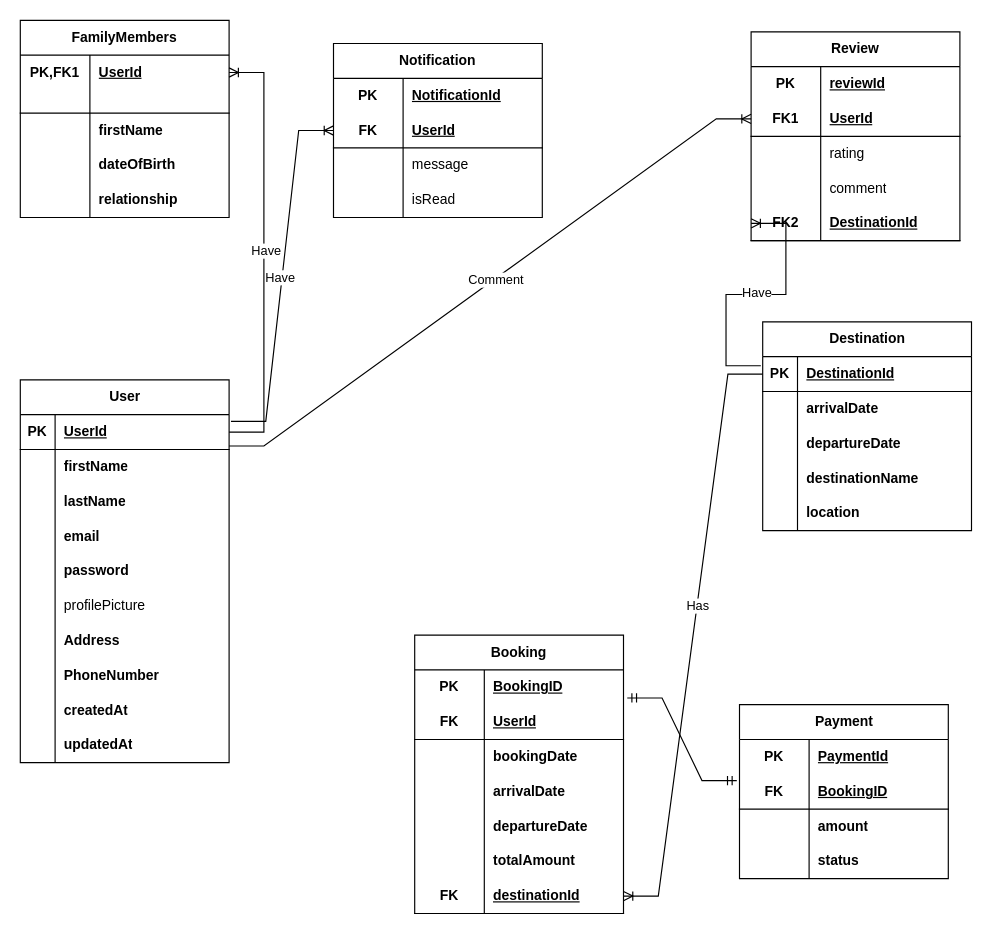
Above: Untitled Diagram.drawio in aderajewYeshiwendm/db_design (draw.io), before the change. Source tidied: cells renumbered, new cells numbered last; positions are measured from the earlier drawing's top-left corner, leaving out a move shared by most shapes. Both pictures are drawn from the tidied source at 116%, with x=0, y=0 at pixel (20, 20).
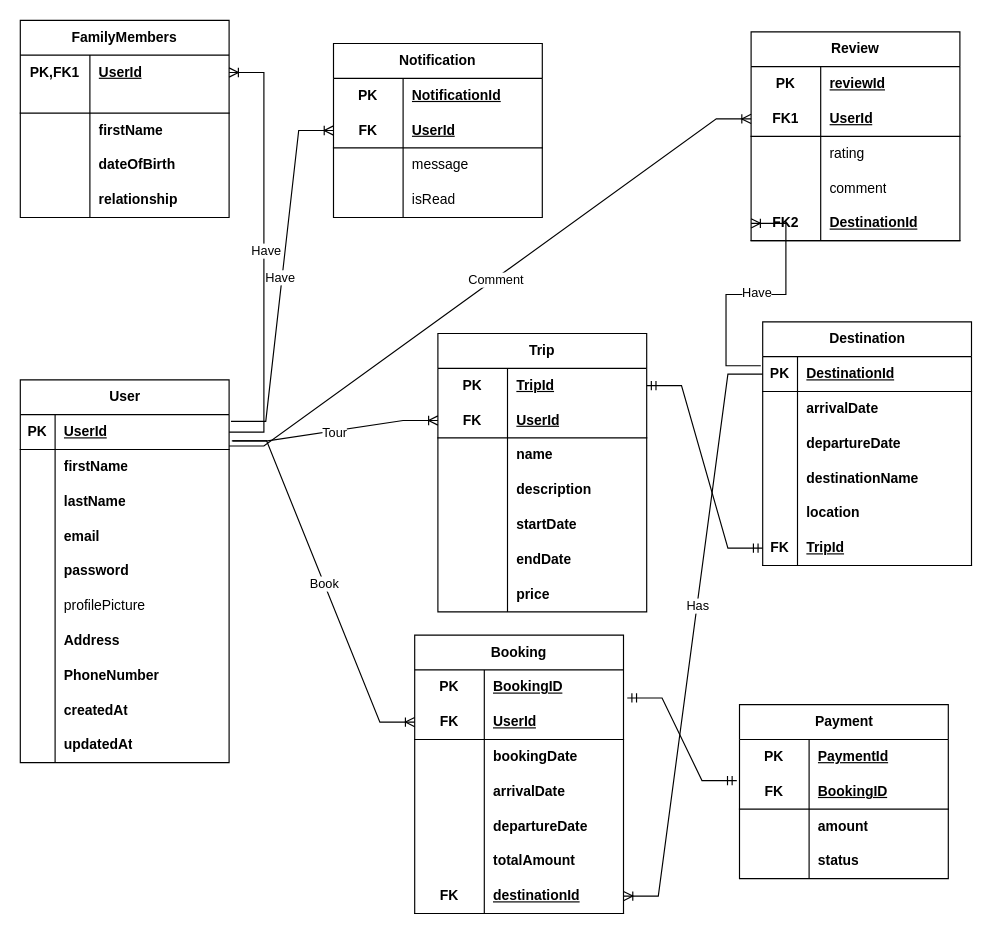
The same page after the edit.

The change refers to these unchanged cells:
```xml
<mxCell id="35" style="shape=tableRow;horizontal=0;startSize=0;swimlaneHead=0;swimlaneBody=0;fillColor=none;points=[[0,0.5],[1,0.5]];portConstraint=eastwest;top=0;left=0;right=0;bottom=1;" parent="34" vertex="1">
  <mxGeometry y="30" width="180" height="30" as="geometry" />
</mxCell>
<mxCell id="87" style="shape=tableRow;horizontal=0;startSize=0;swimlaneHead=0;swimlaneBody=0;fillColor=none;points=[[0,0.5],[1,0.5]];portConstraint=eastwest;top=0;left=0;right=0;bottom=1;html=1;" parent="83" vertex="1">
  <mxGeometry y="60" width="180" height="30" as="geometry" />
</mxCell>
```

What changed in the source:
```diff
@@
     <mxCell id="65" value="Destination" style="shape=table;startSize=30;childLayout=tableLayout;rowLines=0;fontStyle=1;align=center;html=1;" parent="1" vertex="1">
-      <mxGeometry x="640" y="260" width="180" height="180" as="geometry" />
+      <mxGeometry x="640" y="260" width="180" height="210" as="geometry" />
     </mxCell>
@@
+    <mxCell id="140" style="shape=tableRow;horizontal=0;startSize=0;swimlaneHead=0;swimlaneBody=0;fillColor=none;points=[[0,0.5],[1,0.5]];portConstraint=eastwest;top=0;left=0;right=0;bottom=1;" parent="65" vertex="1">
+      <mxGeometry y="180" width="180" height="30" as="geometry" />
+    </mxCell>
+    <mxCell id="141" value="FK" style="shape=partialRectangle;fillColor=none;top=0;left=0;bottom=0;right=0;fontStyle=1;overflow=hidden;whiteSpace=wrap;html=1;" parent="140" vertex="1">
+      <mxGeometry width="30" height="30" as="geometry" />
+    </mxCell>
+    <mxCell id="142" value="TripId" style="shape=partialRectangle;fillColor=none;top=0;left=0;bottom=0;right=0;align=left;spacingLeft=6;fontStyle=5;overflow=hidden;whiteSpace=wrap;html=1;" parent="140" vertex="1">
+      <mxGeometry x="30" width="150" height="30" as="geometry" />
+    </mxCell>
@@
+    <mxCell id="143" value="Trip" style="shape=table;startSize=30;childLayout=tableLayout;rowLines=0;fontStyle=1;align=center;html=1;whiteSpace=wrap;" parent="1" vertex="1">
+      <mxGeometry x="360" y="270" width="180" height="240" as="geometry" />
+    </mxCell>
+    <mxCell id="144" style="shape=tableRow;horizontal=0;startSize=0;swimlaneHead=0;swimlaneBody=0;fillColor=none;points=[[0,0.5],[1,0.5]];portConstraint=eastwest;top=0;left=0;right=0;bottom=0;html=1;" parent="143" vertex="1">
+      <mxGeometry y="30" width="180" height="30" as="geometry" />
+    </mxCell>
+    <mxCell id="145" value="PK" style="shape=partialRectangle;fillColor=none;top=0;left=0;bottom=0;right=0;fontStyle=1;overflow=hidden;html=1;whiteSpace=wrap;" parent="144" vertex="1">
+      <mxGeometry width="60" height="30" as="geometry" />
+    </mxCell>
+    <mxCell id="146" value="TripId" style="shape=partialRectangle;fillColor=none;top=0;left=0;bottom=0;right=0;align=left;spacingLeft=6;fontStyle=5;overflow=hidden;html=1;whiteSpace=wrap;" parent="144" vertex="1">
+      <mxGeometry x="60" width="120" height="30" as="geometry" />
+    </mxCell>
+    <mxCell id="147" style="shape=tableRow;horizontal=0;startSize=0;swimlaneHead=0;swimlaneBody=0;fillColor=none;points=[[0,0.5],[1,0.5]];portConstraint=eastwest;top=0;left=0;right=0;bottom=1;html=1;" parent="143" vertex="1">
+      <mxGeometry y="60" width="180" height="30" as="geometry" />
+    </mxCell>
+    <mxCell id="148" value="FK" style="shape=partialRectangle;fillColor=none;top=0;left=0;bottom=0;right=0;fontStyle=1;overflow=hidden;html=1;whiteSpace=wrap;" parent="147" vertex="1">
+      <mxGeometry width="60" height="30" as="geometry" />
+    </mxCell>
+    <mxCell id="149" value="UserId" style="shape=partialRectangle;fillColor=none;top=0;left=0;bottom=0;right=0;align=left;spacingLeft=6;fontStyle=5;overflow=hidden;html=1;whiteSpace=wrap;" parent="147" vertex="1">
+      <mxGeometry x="60" width="120" height="30" as="geometry" />
+    </mxCell>
+    <mxCell id="150" style="shape=tableRow;horizontal=0;startSize=0;swimlaneHead=0;swimlaneBody=0;fillColor=none;top=0;left=0;right=0;bottom=0;html=1;" parent="143" vertex="1">
+      <mxGeometry y="90" width="180" height="30" as="geometry" />
+    </mxCell>
+    <mxCell id="151" style="shape=partialRectangle;fillColor=none;top=0;left=0;bottom=0;right=0;overflow=hidden;html=1;whiteSpace=wrap;" parent="150" vertex="1">
+      <mxGeometry width="60" height="30" as="geometry" />
+    </mxCell>
+    <mxCell id="152" value="name" style="shape=partialRectangle;fillColor=none;top=0;left=0;bottom=0;right=0;align=left;spacingLeft=6;overflow=hidden;html=1;whiteSpace=wrap;fontStyle=1;" parent="150" vertex="1">
+      <mxGeometry x="60" width="120" height="30" as="geometry" />
+    </mxCell>
+    <mxCell id="153" style="shape=tableRow;horizontal=0;startSize=0;swimlaneHead=0;swimlaneBody=0;fillColor=none;top=0;left=0;right=0;bottom=0;html=1;" parent="143" vertex="1">
+      <mxGeometry y="120" width="180" height="30" as="geometry" />
+    </mxCell>
+    <mxCell id="154" style="shape=partialRectangle;fillColor=none;top=0;left=0;bottom=0;right=0;overflow=hidden;html=1;whiteSpace=wrap;" parent="153" vertex="1">
+      <mxGeometry width="60" height="30" as="geometry" />
+    </mxCell>
+    <mxCell id="155" value="description" style="shape=partialRectangle;fillColor=none;top=0;left=0;bottom=0;right=0;align=left;spacingLeft=6;overflow=hidden;html=1;whiteSpace=wrap;fontStyle=1;" parent="153" vertex="1">
+      <mxGeometry x="60" width="120" height="30" as="geometry" />
+    </mxCell>
+    <mxCell id="156" style="shape=tableRow;horizontal=0;startSize=0;swimlaneHead=0;swimlaneBody=0;fillColor=none;top=0;left=0;right=0;bottom=0;html=1;" parent="143" vertex="1">
+      <mxGeometry y="150" width="180" height="30" as="geometry" />
+    </mxCell>
+    <mxCell id="157" style="shape=partialRectangle;fillColor=none;top=0;left=0;bottom=0;right=0;overflow=hidden;html=1;whiteSpace=wrap;" parent="156" vertex="1">
+      <mxGeometry width="60" height="30" as="geometry" />
+    </mxCell>
+    <mxCell id="158" value="startDate" style="shape=partialRectangle;fillColor=none;top=0;left=0;bottom=0;right=0;align=left;spacingLeft=6;overflow=hidden;html=1;whiteSpace=wrap;fontStyle=1;" parent="156" vertex="1">
+      <mxGeometry x="60" width="120" height="30" as="geometry" />
+    </mxCell>
+    <mxCell id="159" style="shape=tableRow;horizontal=0;startSize=0;swimlaneHead=0;swimlaneBody=0;fillColor=none;top=0;left=0;right=0;bottom=0;html=1;" parent="143" vertex="1">
+      <mxGeometry y="180" width="180" height="30" as="geometry" />
+    </mxCell>
+    <mxCell id="160" style="shape=partialRectangle;fillColor=none;top=0;left=0;bottom=0;right=0;overflow=hidden;html=1;whiteSpace=wrap;" parent="159" vertex="1">
+      <mxGeometry width="60" height="30" as="geometry" />
+    </mxCell>
+    <mxCell id="161" value="endDate" style="shape=partialRectangle;fillColor=none;top=0;left=0;bottom=0;right=0;align=left;spacingLeft=6;overflow=hidden;html=1;whiteSpace=wrap;fontStyle=1;" parent="159" vertex="1">
+      <mxGeometry x="60" width="120" height="30" as="geometry" />
+    </mxCell>
+    <mxCell id="162" style="shape=tableRow;horizontal=0;startSize=0;swimlaneHead=0;swimlaneBody=0;fillColor=none;top=0;left=0;right=0;bottom=0;html=1;" parent="143" vertex="1">
+      <mxGeometry y="210" width="180" height="30" as="geometry" />
+    </mxCell>
+    <mxCell id="163" style="shape=partialRectangle;fillColor=none;top=0;left=0;bottom=0;right=0;overflow=hidden;html=1;whiteSpace=wrap;" parent="162" vertex="1">
+      <mxGeometry width="60" height="30" as="geometry" />
+    </mxCell>
+    <mxCell id="164" value="price" style="shape=partialRectangle;fillColor=none;top=0;left=0;bottom=0;right=0;align=left;spacingLeft=6;overflow=hidden;html=1;whiteSpace=wrap;fontStyle=1;" parent="162" vertex="1">
+      <mxGeometry x="60" width="120" height="30" as="geometry" />
+    </mxCell>
+    <mxCell id="165" style="edgeStyle=entityRelationEdgeStyle;fontSize=12;html=1;endArrow=ERoneToMany;rounded=0;exitX=1.018;exitY=0.753;exitDx=0;exitDy=0;exitPerimeter=0;entryX=0;entryY=0.5;entryDx=0;entryDy=0;" parent="1" edge="1" source="35" target="147">
+      <mxGeometry relative="1" as="geometry" />
+    </mxCell>
+    <mxCell id="166" value="Tour" style="edgeLabel;html=1;align=center;verticalAlign=middle;" parent="165" vertex="1">
+      <mxGeometry x="-0.01" y="-2" relative="1" as="geometry" />
+    </mxCell>
+    <mxCell id="167" style="edgeStyle=entityRelationEdgeStyle;fontSize=12;html=1;endArrow=ERoneToMany;rounded=0;exitX=1.013;exitY=0.753;exitDx=0;exitDy=0;exitPerimeter=0;entryX=0;entryY=0.5;entryDx=0;entryDy=0;" parent="1" edge="1" source="35" target="87">
+      <mxGeometry relative="1" as="geometry" />
+    </mxCell>
+    <mxCell id="168" value="Book" style="edgeLabel;html=1;align=center;verticalAlign=middle;" parent="167" vertex="1">
+      <mxGeometry x="0.01" relative="1" as="geometry" />
+    </mxCell>
+    <mxCell id="169" style="edgeStyle=entityRelationEdgeStyle;fontSize=12;html=1;endArrow=ERmandOne;startArrow=ERmandOne;rounded=0;entryX=0;entryY=0.5;entryDx=0;entryDy=0;exitX=1;exitY=0.5;exitDx=0;exitDy=0;" parent="1" edge="1" source="144" target="140">
+      <mxGeometry relative="1" as="geometry" />
+    </mxCell>
```
